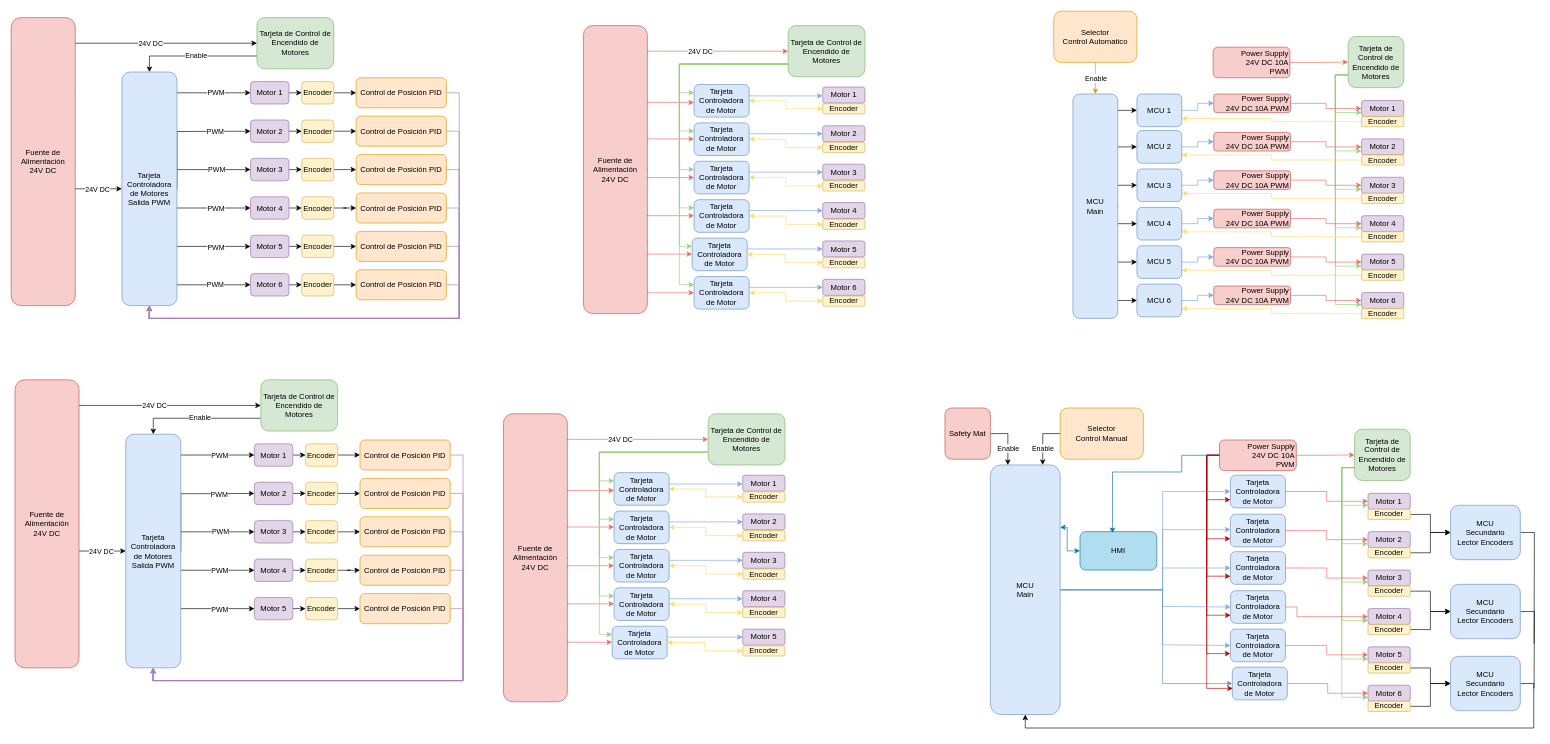
Above: MIR/Untitled Diagram.drawio in fgomez1211/Personal (draw.io), before the change. Source tidied: cells renumbered, new cells numbered last; positions are measured from the earlier drawing's top-left corner, leaving out a move shared by most shapes. Both pictures are drawn from the tidied source at 64%, with x=0, y=0 at pixel (11, 11).
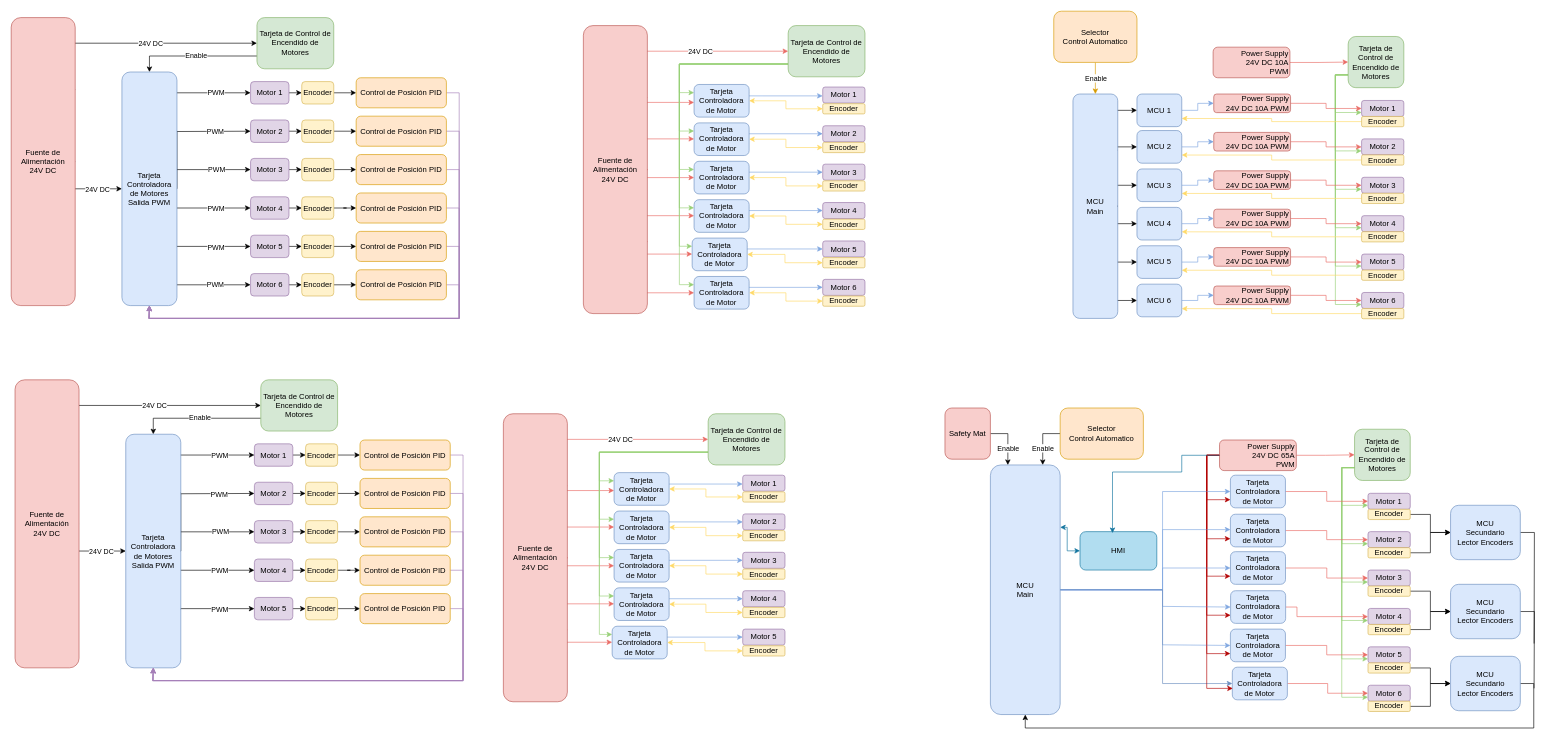
The same page after the edit.

Diff of the diagram source:
```diff
@@
-    <mxCell id="260" value="Power Supply&lt;br style=&quot;border-color: var(--border-color);&quot;&gt;&lt;span style=&quot;&quot;&gt;24V DC 10A&lt;/span&gt;&lt;br style=&quot;border-color: var(--border-color);&quot;&gt;&lt;span style=&quot;&quot;&gt;PWM&lt;/span&gt;" style="rounded=1;whiteSpace=wrap;html=1;fillColor=#f8cecc;strokeColor=#b85450;align=right;" parent="1" vertex="1">
+    <mxCell id="260" value="Power Supply&lt;br style=&quot;border-color: var(--border-color);&quot;&gt;&lt;span style=&quot;&quot;&gt;24V DC 65A&lt;/span&gt;&lt;br style=&quot;border-color: var(--border-color);&quot;&gt;&lt;span style=&quot;&quot;&gt;PWM&lt;/span&gt;" style="rounded=1;whiteSpace=wrap;html=1;fillColor=#f8cecc;strokeColor=#b85450;align=right;" parent="1" vertex="1">
       <mxGeometry x="1888" y="670" width="120" height="47.8" as="geometry" />
     </mxCell>
@@
-    <mxCell id="294" value="Selector&lt;br&gt;Control Manual" style="rounded=1;whiteSpace=wrap;html=1;fillColor=#ffe6cc;strokeColor=#d79b00;" parent="1" vertex="1">
+    <mxCell id="294" value="Selector&lt;br&gt;Control Automatico" style="rounded=1;whiteSpace=wrap;html=1;fillColor=#ffe6cc;strokeColor=#d79b00;" parent="1" vertex="1">
       <mxGeometry x="1639" y="620" width="130" height="80" as="geometry" />
     </mxCell>
```
